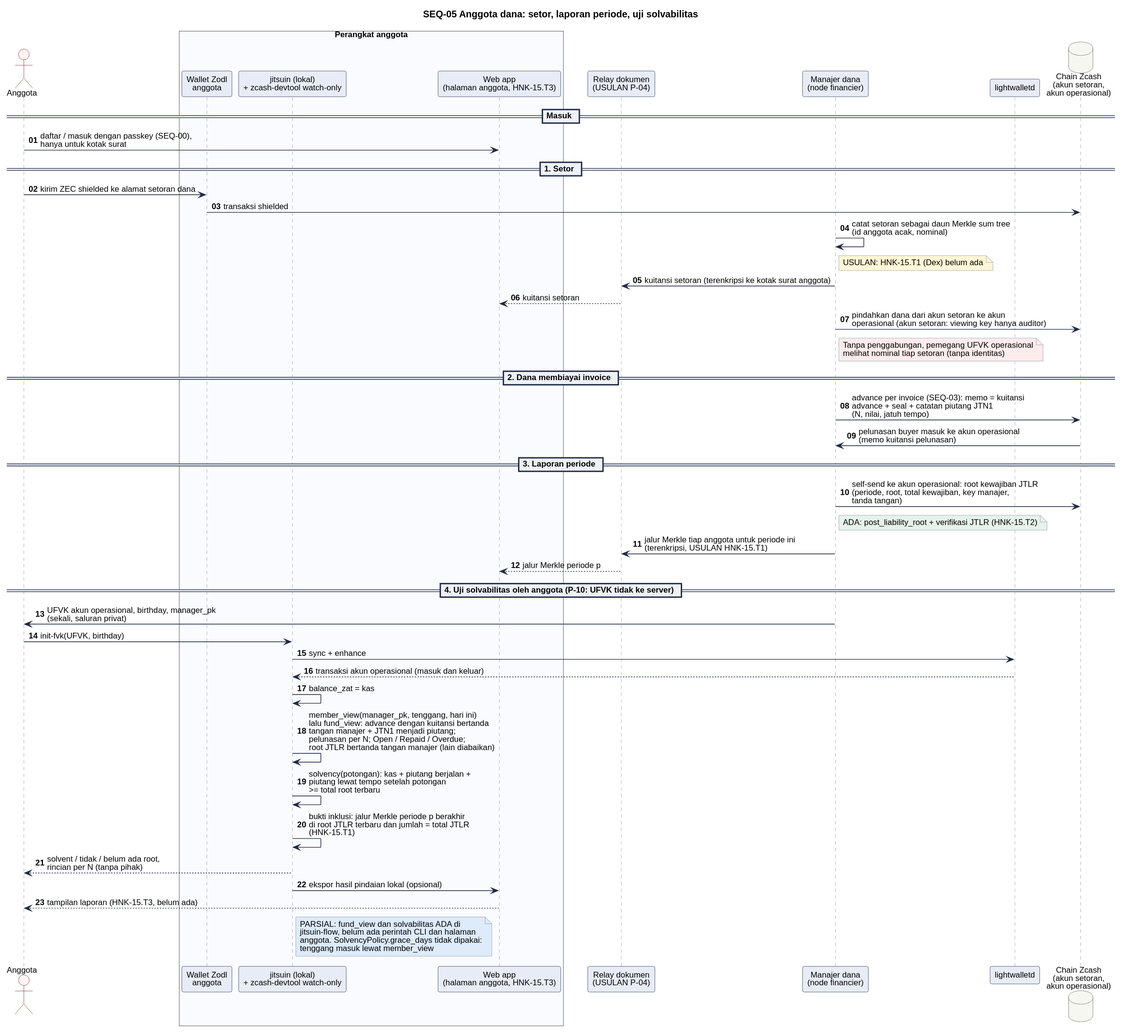
JitsuinFi/jitsuinfi-vault keeps this PlantUML diagram as 08-FlowDiagrams/assets/seq-05-fund.svg. Above is the earlier version.
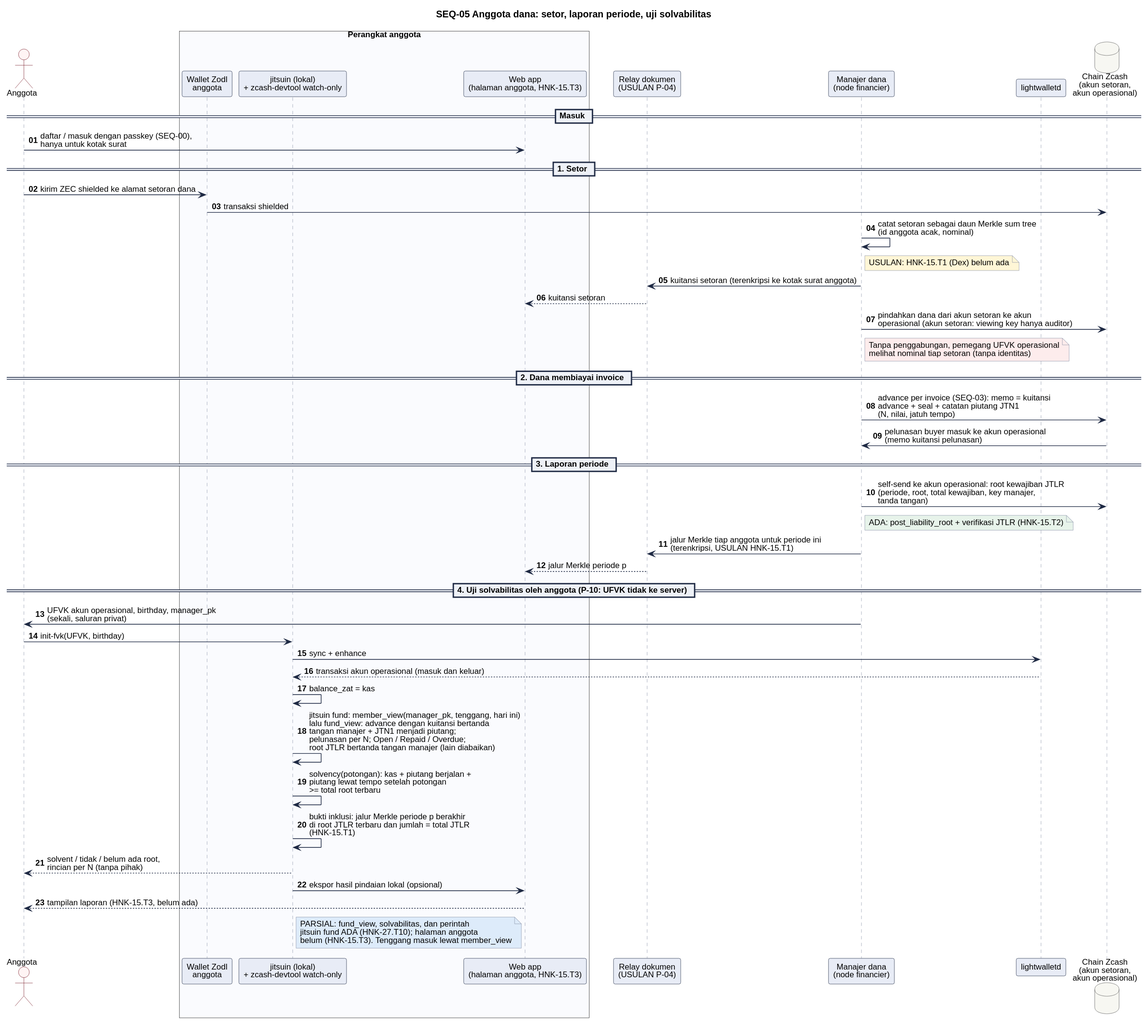
Above is the later version.

Change to the diagram source:
```diff
@@ -44,16 +44,15 @@
 LOC -> LW : sync + enhance
 LW --> LOC : transaksi akun operasional (masuk dan keluar)
 LOC -> LOC : balance_zat = kas
-LOC -> LOC : member_view(manager_pk, tenggang, hari ini)\nlalu fund_view: advance dengan kuitansi bertanda\ntangan manajer + JTN1 menjadi piutang;\npelunasan per N; Open / Repaid / Overdue;\nroot JTLR bertanda tangan manajer (lain diabaikan)
+LOC -> LOC : jitsuin fund: member_view(manager_pk, tenggang, hari ini)\nlalu fund_view: advance dengan kuitansi bertanda\ntangan manajer + JTN1 menjadi piutang;\npelunasan per N; Open / Repaid / Overdue;\nroot JTLR bertanda tangan manajer (lain diabaikan)
 LOC -> LOC : solvency(potongan): kas + piutang berjalan +\npiutang lewat tempo setelah potongan\n>= total root terbaru
 LOC -> LOC : bukti inklusi: jalur Merkle periode p berakhir\ndi root JTLR terbaru dan jumlah = total JTLR\n(HNK-15.T1)
 LOC --> M : solvent / tidak / belum ada root,\nrincian per N (tanpa pihak)
 LOC -> W : ekspor hasil pindaian lokal (opsional)
 W --> M : tampilan laporan (HNK-15.T3, belum ada)
 note right of LOC #DDEBFA
-PARSIAL: fund_view dan solvabilitas ADA di
-jitsuin-flow, belum ada perintah CLI dan halaman
-anggota. SolvencyPolicy.grace_days tidak dipakai:
-tenggang masuk lewat member_view
+PARSIAL: fund_view, solvabilitas, dan perintah
+jitsuin fund ADA (HNK-27.T10); halaman anggota
+belum (HNK-15.T3). Tenggang masuk lewat member_view
 end note
 @enduml
```
